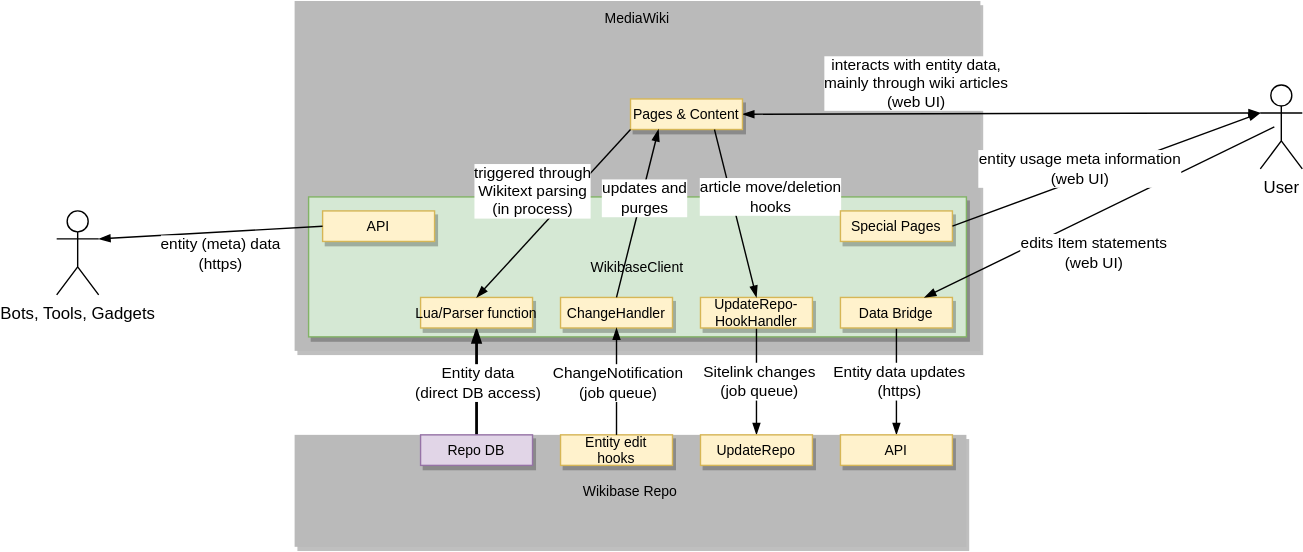
Before: systems/WikibaseRepo/diagrams/03-technical-context.drawio.svg, a diagram exported from draw.io (wmde/wikidata-wikibase-architecture). Source tidied: cells renumbered, new cells last; positions are measured from the earlier drawing's top-left corner, leaving out a move shared by most shapes.
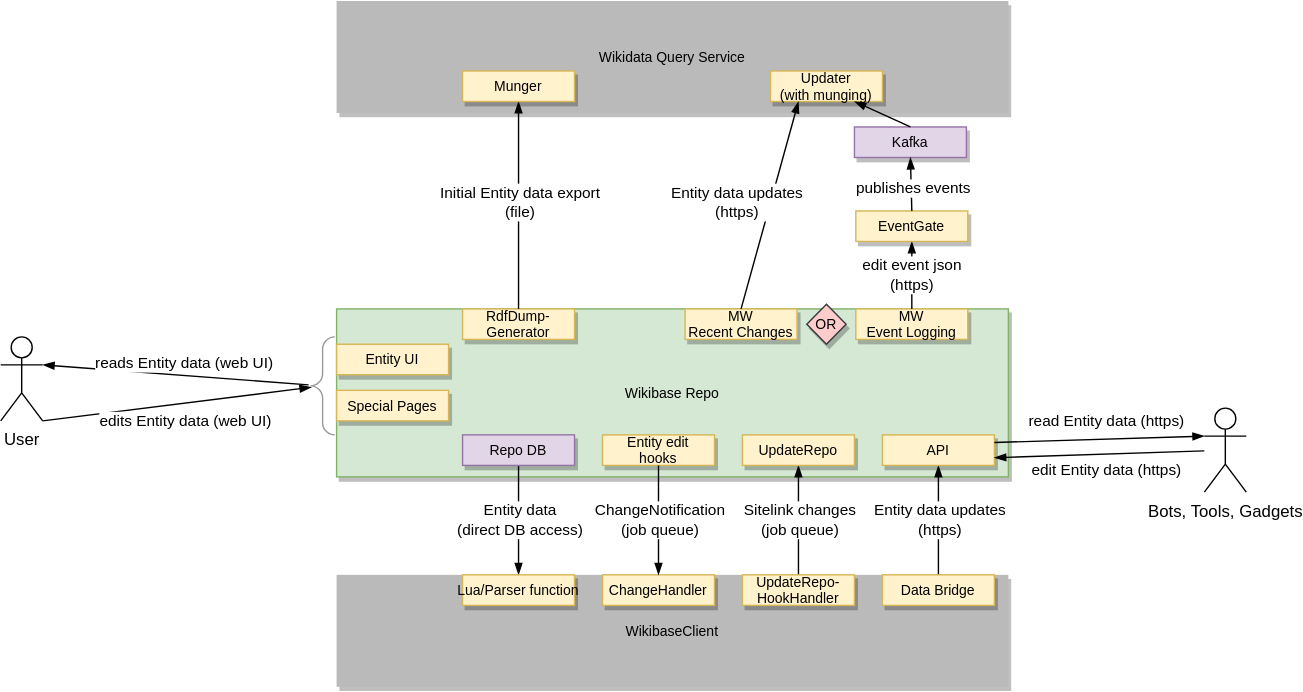
After the commit.

Commit message:
Add Wikibase repo technical context diagram

Change to the diagram source:
```diff
@@ -2,143 +2,169 @@
   <root>
     <mxCell id="0" />
     <mxCell id="1" parent="0" />
-    <mxCell id="2" value="MediaWiki" style="rounded=0;shadow=1;fontSize=10;fontColor=#000000;strokeColor=none;direction=west;fillColor=#BABABA;verticalAlign=top;" parent="1" vertex="1">
-      <mxGeometry x="170" width="490" height="250" as="geometry" />
-    </mxCell>
-    <mxCell id="3" value="Wikibase Repo" style="rounded=0;shadow=1;fontSize=10;fontColor=#000000;strokeColor=none;direction=west;fillColor=#BABABA;" parent="1" vertex="1">
-      <mxGeometry x="170" y="310" width="480" height="80" as="geometry" />
+    <mxCell id="3" value="Wikibase Repo" style="rounded=0;shadow=1;fontSize=10;strokeColor=#82b366;direction=west;fillColor=#d5e8d4;" parent="1" vertex="1">
+      <mxGeometry x="170" y="270" width="480" height="120" as="geometry" />
     </mxCell>
-    <mxCell id="4" style="endArrow=blockThin;strokeColor=#000000;fontSize=10;fontColor=#000000;strokeWidth=1;endFill=1;entryX=0;entryY=0.5;entryDx=0;entryDy=0;exitX=0;exitY=0.3333333333333333;exitDx=0;exitDy=0;exitPerimeter=0;startArrow=blockThin;startFill=1;" parent="1" edge="1" source="30" target="23">
-      <mxGeometry relative="1" as="geometry" />
-    </mxCell>
-    <mxCell id="5" value="interacts with&amp;nbsp;entity data,&lt;br&gt;mainly through wiki articles&lt;br&gt;(web UI)" style="edgeLabel;html=1;align=center;verticalAlign=middle;" parent="4" vertex="1">
-      <mxGeometry x="0.24" y="-1" relative="1" as="geometry">
-        <mxPoint x="-17.5" y="-21" as="offset" />
-      </mxGeometry>
-    </mxCell>
-    <mxCell id="6" value="WikibaseClient" style="rounded=0;shadow=1;fontSize=10;strokeColor=#82b366;direction=west;fillColor=#d5e8d4;" parent="1" vertex="1">
-      <mxGeometry x="180" y="140" width="470" height="100" as="geometry" />
+    <mxCell id="6" value="WikibaseClient" style="rounded=0;shadow=1;fontSize=10;strokeColor=none;direction=west;fillColor=#BABABA;" parent="1" vertex="1">
+      <mxGeometry x="170" y="460" width="480" height="80" as="geometry" />
     </mxCell>
     <mxCell id="7" style="rounded=0;jettySize=auto;html=1;endArrow=blockThin;endFill=1;exitX=0.5;exitY=0;exitDx=0;exitDy=0;" parent="1" edge="1" source="17" target="18">
       <mxGeometry relative="1" as="geometry" />
     </mxCell>
     <mxCell id="8" value="Sitelink changes&lt;br&gt;(job queue)" style="edgeLabel;html=1;align=center;verticalAlign=middle;" parent="7" vertex="1">
       <mxGeometry x="0.2" relative="1" as="geometry">
-        <mxPoint x="1.2" y="-8" as="offset" />
+        <mxPoint y="-1.8" as="offset" />
       </mxGeometry>
     </mxCell>
-    <mxCell id="9" style="rounded=0;jettySize=auto;html=1;entryX=0.5;entryY=0.542;entryDx=0;entryDy=0;endArrow=none;endFill=0;startArrow=blockThin;startFill=1;strokeWidth=2;entryPerimeter=0;exitX=0.5;exitY=0;exitDx=0;exitDy=0;" parent="1" edge="1" source="15" target="16">
+    <mxCell id="9" style="rounded=0;jettySize=auto;html=1;entryX=0.5;entryY=0.542;entryDx=0;entryDy=0;endArrow=none;endFill=0;startArrow=blockThin;startFill=1;strokeWidth=1;entryPerimeter=0;exitX=0.5;exitY=1;exitDx=0;exitDy=0;" parent="1" edge="1" source="15" target="16">
       <mxGeometry relative="1" as="geometry" />
     </mxCell>
     <mxCell id="10" value="Entity data&lt;br&gt;(direct DB access)" style="edgeLabel;html=1;align=center;verticalAlign=middle;" parent="9" vertex="1">
       <mxGeometry x="0.14" y="-1" relative="1" as="geometry">
-        <mxPoint x="1" y="-9.8" as="offset" />
+        <mxPoint x="-1" y="11.7" as="offset" />
       </mxGeometry>
     </mxCell>
-    <mxCell id="11" style="rounded=0;jettySize=auto;html=1;endArrow=blockThin;endFill=1;entryX=0.5;entryY=1;entryDx=0;entryDy=0;exitX=0.5;exitY=0;exitDx=0;exitDy=0;" parent="1" edge="1" source="13" target="14">
+    <mxCell id="11" style="rounded=0;jettySize=auto;html=1;endArrow=blockThin;endFill=1;entryX=0.5;entryY=0;entryDx=0;entryDy=0;exitX=0.5;exitY=0;exitDx=0;exitDy=0;" parent="1" edge="1" source="13" target="14">
       <mxGeometry relative="1" as="geometry" />
     </mxCell>
     <mxCell id="12" value="Entity data updates&lt;br&gt;(https)" style="edgeLabel;html=1;align=center;verticalAlign=middle;" parent="11" vertex="1">
       <mxGeometry x="0.2" relative="1" as="geometry">
-        <mxPoint x="1.2" y="-8" as="offset" />
+        <mxPoint y="-1.8" as="offset" />
       </mxGeometry>
     </mxCell>
     <mxCell id="13" value="Data Bridge" style="rounded=0;shadow=1;fontSize=10;strokeColor=#d6b656;direction=west;fillColor=#fff2cc;" parent="1" vertex="1">
-      <mxGeometry x="560" y="211.8" width="80" height="21.8" as="geometry" />
+      <mxGeometry x="560" y="460" width="80" height="21.8" as="geometry" />
     </mxCell>
     <mxCell id="14" value="API" style="rounded=0;shadow=1;fontSize=10;strokeColor=#d6b656;direction=west;fillColor=#fff2cc;" parent="1" vertex="1">
-      <mxGeometry x="560" y="310" width="80" height="21.8" as="geometry" />
+      <mxGeometry x="560" y="360" width="80" height="21.8" as="geometry" />
     </mxCell>
     <mxCell id="15" value="Lua/Parser function" style="rounded=0;shadow=1;fontSize=10;strokeColor=#d6b656;direction=west;fillColor=#fff2cc;" parent="1" vertex="1">
-      <mxGeometry x="260" y="211.8" width="80" height="21.8" as="geometry" />
+      <mxGeometry x="260" y="460" width="80" height="21.8" as="geometry" />
     </mxCell>
     <mxCell id="16" value="Repo DB" style="rounded=0;shadow=1;fontSize=10;strokeColor=#9673a6;direction=west;fillColor=#e1d5e7;" parent="1" vertex="1">
-      <mxGeometry x="260" y="310" width="80" height="21.8" as="geometry" />
+      <mxGeometry x="260" y="360" width="80" height="21.8" as="geometry" />
     </mxCell>
     <mxCell id="17" value="UpdateRepo-&#10;HookHandler" style="rounded=0;shadow=1;fontSize=10;strokeColor=#d6b656;direction=west;fillColor=#fff2cc;" parent="1" vertex="1">
-      <mxGeometry x="460" y="211.8" width="80" height="21.8" as="geometry" />
+      <mxGeometry x="460" y="460" width="80" height="21.8" as="geometry" />
     </mxCell>
     <mxCell id="18" value="UpdateRepo" style="rounded=0;shadow=1;fontSize=10;strokeColor=#d6b656;direction=west;fillColor=#fff2cc;" parent="1" vertex="1">
-      <mxGeometry x="460" y="310" width="80" height="21.8" as="geometry" />
+      <mxGeometry x="460" y="360" width="80" height="21.8" as="geometry" />
     </mxCell>
     <mxCell id="19" value="ChangeHandler" style="rounded=0;shadow=1;fontSize=10;strokeColor=#d6b656;direction=west;fillColor=#fff2cc;" parent="1" vertex="1">
-      <mxGeometry x="360" y="211.8" width="80" height="21.8" as="geometry" />
+      <mxGeometry x="360" y="460" width="80" height="21.8" as="geometry" />
     </mxCell>
     <mxCell id="20" value="Entity edit&#10;hooks" style="rounded=0;shadow=1;fontSize=10;strokeColor=#d6b656;direction=west;fillColor=#fff2cc;" parent="1" vertex="1">
-      <mxGeometry x="360" y="310" width="80" height="21.8" as="geometry" />
+      <mxGeometry x="360" y="360" width="80" height="21.8" as="geometry" />
     </mxCell>
-    <mxCell id="21" style="rounded=0;jettySize=auto;html=1;endArrow=blockThin;endFill=1;entryX=0.5;entryY=0;entryDx=0;entryDy=0;exitX=0.5;exitY=1;exitDx=0;exitDy=0;" parent="1" edge="1" source="20" target="19">
+    <mxCell id="21" style="rounded=0;jettySize=auto;html=1;endArrow=blockThin;endFill=1;exitX=0.5;exitY=0;exitDx=0;exitDy=0;entryX=0.5;entryY=1;entryDx=0;entryDy=0;" parent="1" edge="1" source="20" target="19">
       <mxGeometry relative="1" as="geometry" />
     </mxCell>
     <mxCell id="22" value="ChangeNotification&lt;br&gt;(job queue)" style="edgeLabel;html=1;align=center;verticalAlign=middle;" parent="21" vertex="1">
       <mxGeometry x="0.2" relative="1" as="geometry">
-        <mxPoint x="0.1" y="8" as="offset" />
+        <mxPoint y="-8.7" as="offset" />
       </mxGeometry>
     </mxCell>
-    <mxCell id="23" value="Pages &amp; Content" style="rounded=0;shadow=1;fontSize=10;strokeColor=#d6b656;direction=west;fillColor=#fff2cc;" parent="1" vertex="1">
-      <mxGeometry x="410" y="70" width="80" height="21.8" as="geometry" />
-    </mxCell>
-    <mxCell id="24" style="rounded=0;jettySize=auto;html=1;endArrow=blockThin;endFill=1;exitX=1;exitY=0;exitDx=0;exitDy=0;entryX=0.5;entryY=1;entryDx=0;entryDy=0;" parent="1" edge="1" source="23" target="15">
-      <mxGeometry relative="1" as="geometry" />
-    </mxCell>
-    <mxCell id="25" value="triggered through&lt;br&gt;Wikitext parsing&lt;br&gt;(in process)" style="edgeLabel;html=1;align=center;verticalAlign=middle;" parent="24" vertex="1">
-      <mxGeometry x="0.2" relative="1" as="geometry">
-        <mxPoint x="-3.8" y="-29" as="offset" />
-      </mxGeometry>
-    </mxCell>
-    <mxCell id="26" style="rounded=0;jettySize=auto;html=1;endArrow=blockThin;endFill=1;entryX=0.75;entryY=0;entryDx=0;entryDy=0;exitX=0.5;exitY=1;exitDx=0;exitDy=0;" parent="1" edge="1" source="19" target="23">
-      <mxGeometry relative="1" as="geometry" />
-    </mxCell>
-    <mxCell id="27" value="updates and&lt;br&gt;purges" style="edgeLabel;html=1;align=center;verticalAlign=middle;" parent="26" vertex="1">
-      <mxGeometry x="0.2" relative="1" as="geometry">
-        <mxPoint x="1.9" y="0.4" as="offset" />
-      </mxGeometry>
-    </mxCell>
-    <mxCell id="28" style="rounded=0;jettySize=auto;html=1;endArrow=blockThin;endFill=1;exitX=0.25;exitY=0;exitDx=0;exitDy=0;entryX=0.5;entryY=1;entryDx=0;entryDy=0;" parent="1" edge="1" source="23" target="17">
-      <mxGeometry relative="1" as="geometry" />
-    </mxCell>
-    <mxCell id="29" value="article move/deletion&lt;br&gt;hooks" style="edgeLabel;html=1;align=center;verticalAlign=middle;" parent="28" vertex="1">
-      <mxGeometry x="0.2" relative="1" as="geometry">
-        <mxPoint x="21.9" y="-24.1" as="offset" />
-      </mxGeometry>
-    </mxCell>
+    <mxCell id="37" value="Bots, Tools, Gadgets" style="shape=umlActor;verticalLabelPosition=bottom;verticalAlign=top;html=1;outlineConnect=0;" parent="1" vertex="1">
+      <mxGeometry x="790" y="340.9" width="30" height="60" as="geometry" />
+    </mxCell>
+    <mxCell id="40" style="rounded=0;jettySize=auto;html=1;endArrow=blockThin;endFill=1;entryX=0;entryY=0.3333333333333333;entryDx=0;entryDy=0;exitX=0;exitY=0.75;exitDx=0;exitDy=0;entryPerimeter=0;" parent="1" edge="1" source="14" target="37">
+      <mxGeometry relative="1" as="geometry" />
+    </mxCell>
+    <mxCell id="41" value="read Entity data (https)" style="edgeLabel;html=1;align=center;verticalAlign=middle;" parent="40" vertex="1">
+      <mxGeometry x="0.2" relative="1" as="geometry">
+        <mxPoint x="-10" y="-12.7" as="offset" />
+      </mxGeometry>
+    </mxCell>
+    <mxCell id="42" style="rounded=0;jettySize=auto;html=1;endArrow=blockThin;endFill=1;entryX=0;entryY=0.25;entryDx=0;entryDy=0;" parent="1" edge="1" source="37" target="14">
+      <mxGeometry relative="1" as="geometry" />
+    </mxCell>
+    <mxCell id="43" value="edit Entity data (https)" style="edgeLabel;html=1;align=center;verticalAlign=middle;" parent="42" vertex="1">
+      <mxGeometry x="0.2" relative="1" as="geometry">
+        <mxPoint x="19.9" y="10.4" as="offset" />
+      </mxGeometry>
+    </mxCell>
+    <mxCell id="44" value="Entity UI" style="rounded=0;shadow=1;fontSize=10;strokeColor=#d6b656;direction=west;fillColor=#fff2cc;" parent="1" vertex="1">
+      <mxGeometry x="170" y="295.2" width="80" height="21.8" as="geometry" />
+    </mxCell>
     <mxCell id="30" value="User" style="shape=umlActor;verticalLabelPosition=bottom;verticalAlign=top;html=1;outlineConnect=0;" parent="1" vertex="1">
-      <mxGeometry x="860" y="60" width="30" height="60" as="geometry" />
+      <mxGeometry x="-70" y="290" width="30" height="60" as="geometry" />
     </mxCell>
-    <mxCell id="31" style="endArrow=blockThin;strokeColor=#000000;fontSize=10;fontColor=#000000;strokeWidth=1;endFill=1;entryX=0.25;entryY=1;entryDx=0;entryDy=0;exitX=0;exitY=0.3333333333333333;exitDx=0;exitDy=0;exitPerimeter=0;" parent="1" edge="1" target="13">
-      <mxGeometry relative="1" as="geometry">
-        <mxPoint x="870" y="90" as="sourcePoint" />
-      </mxGeometry>
-    </mxCell>
-    <mxCell id="32" value="edits Item statements&lt;br&gt;(web UI)" style="edgeLabel;html=1;align=center;verticalAlign=middle;" parent="31" vertex="1">
-      <mxGeometry x="0.24" y="-1" relative="1" as="geometry">
-        <mxPoint x="25.4" y="15.4" as="offset" />
-      </mxGeometry>
-    </mxCell>
+    <mxCell id="45" style="endArrow=none;strokeColor=#000000;fontSize=10;fontColor=#000000;strokeWidth=1;endFill=0;exitX=1;exitY=0.3333333333333333;exitDx=0;exitDy=0;exitPerimeter=0;startArrow=blockThin;startFill=1;" parent="1" edge="1" source="30" target="66">
+      <mxGeometry relative="1" as="geometry" />
+    </mxCell>
+    <mxCell id="46" value="reads Entity data (web UI)" style="edgeLabel;html=1;align=center;verticalAlign=middle;" parent="45" vertex="1">
+      <mxGeometry x="0.24" y="-1" relative="1" as="geometry">
+        <mxPoint x="-17.5" y="-11" as="offset" />
+      </mxGeometry>
+    </mxCell>
+    <mxCell id="47" style="endArrow=blockThin;strokeColor=#000000;fontSize=10;fontColor=#000000;strokeWidth=1;endFill=1;entryX=0.486;entryY=0.1;entryDx=0;entryDy=0;exitX=1;exitY=1;exitDx=0;exitDy=0;exitPerimeter=0;startArrow=none;startFill=0;entryPerimeter=0;" parent="1" edge="1" source="30" target="66">
+      <mxGeometry relative="1" as="geometry" />
+    </mxCell>
+    <mxCell id="48" value="edits Entity data (web UI)" style="edgeLabel;html=1;align=center;verticalAlign=middle;" parent="47" vertex="1">
+      <mxGeometry x="0.24" y="-1" relative="1" as="geometry">
+        <mxPoint x="-17.5" y="13.9" as="offset" />
+      </mxGeometry>
+    </mxCell>
+    <mxCell id="49" value="Wikidata Query Service" style="rounded=0;shadow=1;fontSize=10;fontColor=#000000;strokeColor=none;direction=west;fillColor=#BABABA;" parent="1" vertex="1">
+      <mxGeometry x="170" y="50" width="480" height="80" as="geometry" />
+    </mxCell>
+    <mxCell id="50" value="RdfDump-&#10;Generator" style="rounded=0;shadow=1;fontSize=10;strokeColor=#d6b656;direction=west;fillColor=#fff2cc;" parent="1" vertex="1">
+      <mxGeometry x="260" y="270" width="80" height="21.8" as="geometry" />
+    </mxCell>
+    <mxCell id="51" style="rounded=0;jettySize=auto;html=1;endArrow=blockThin;endFill=1;entryX=0.5;entryY=0;entryDx=0;entryDy=0;exitX=0.5;exitY=1;exitDx=0;exitDy=0;" parent="1" edge="1" source="50" target="53">
+      <mxGeometry relative="1" as="geometry" />
+    </mxCell>
+    <mxCell id="52" value="Initial Entity data export&lt;br&gt;(file)" style="edgeLabel;html=1;align=center;verticalAlign=middle;" parent="51" vertex="1">
+      <mxGeometry x="0.2" relative="1" as="geometry">
+        <mxPoint x="0.2" y="12.5" as="offset" />
+      </mxGeometry>
+    </mxCell>
+    <mxCell id="53" value="Munger" style="rounded=0;shadow=1;fontSize=10;strokeColor=#d6b656;direction=west;fillColor=#fff2cc;" parent="1" vertex="1">
+      <mxGeometry x="260" y="100" width="80" height="21.8" as="geometry" />
+    </mxCell>
+    <mxCell id="54" value="Updater&#10;(with munging)" style="rounded=0;shadow=1;fontSize=10;strokeColor=#d6b656;direction=west;fillColor=#fff2cc;" parent="1" vertex="1">
+      <mxGeometry x="480" y="100" width="80" height="21.8" as="geometry" />
+    </mxCell>
+    <mxCell id="55" value="MW&#10;Recent Changes" style="rounded=0;shadow=1;fontSize=10;strokeColor=#d6b656;direction=west;fillColor=#fff2cc;" parent="1" vertex="1">
+      <mxGeometry x="419" y="270" width="80" height="21.8" as="geometry" />
+    </mxCell>
+    <mxCell id="56" style="rounded=0;jettySize=auto;html=1;endArrow=blockThin;endFill=1;entryX=0.75;entryY=0;entryDx=0;entryDy=0;exitX=0.5;exitY=1;exitDx=0;exitDy=0;" parent="1" edge="1" source="55" target="54">
+      <mxGeometry relative="1" as="geometry" />
+    </mxCell>
+    <mxCell id="57" value="Entity data updates&lt;br&gt;(https)" style="edgeLabel;html=1;align=center;verticalAlign=middle;" parent="56" vertex="1">
+      <mxGeometry x="0.2" relative="1" as="geometry">
+        <mxPoint x="-28" y="12.5" as="offset" />
+      </mxGeometry>
+    </mxCell>
+    <mxCell id="58" value="MW&#10;Event Logging" style="rounded=0;shadow=1;fontSize=10;strokeColor=#d6b656;direction=west;fillColor=#fff2cc;" parent="1" vertex="1">
+      <mxGeometry x="541" y="270" width="80" height="21.8" as="geometry" />
+    </mxCell>
+    <mxCell id="59" value="edit event json&lt;br&gt;(https)" style="rounded=0;jettySize=auto;html=1;endArrow=blockThin;endFill=1;entryX=0.5;entryY=0;entryDx=0;entryDy=0;exitX=0.5;exitY=1;exitDx=0;exitDy=0;" parent="1" edge="1" source="58" target="62">
+      <mxGeometry relative="1" as="geometry" />
+    </mxCell>
+    <mxCell id="60" value="OR" style="rhombus;whiteSpace=wrap;html=1;fillColor=#ffcccc;rounded=0;shadow=1;fontSize=10;strokeColor=#36393d;" parent="1" vertex="1">
+      <mxGeometry x="506" y="266.6" width="28.1" height="28.6" as="geometry" />
+    </mxCell>
+    <mxCell id="61" value="Kafka" style="rounded=0;shadow=1;fontSize=10;strokeColor=#9673a6;direction=west;fillColor=#e1d5e7;" parent="1" vertex="1">
+      <mxGeometry x="540" y="140" width="80" height="21.8" as="geometry" />
+    </mxCell>
+    <mxCell id="62" value="EventGate" style="rounded=0;shadow=1;fontSize=10;strokeColor=#d6b656;direction=west;fillColor=#fff2cc;" parent="1" vertex="1">
+      <mxGeometry x="541" y="200" width="80" height="21.8" as="geometry" />
+    </mxCell>
+    <mxCell id="63" style="rounded=0;jettySize=auto;html=1;endArrow=blockThin;endFill=1;entryX=0.5;entryY=0;entryDx=0;entryDy=0;exitX=0.5;exitY=1;exitDx=0;exitDy=0;" parent="1" edge="1" source="62" target="61">
+      <mxGeometry relative="1" as="geometry" />
+    </mxCell>
+    <mxCell id="64" value="publishes events" style="edgeLabel;html=1;align=center;verticalAlign=middle;" parent="63" vertex="1">
+      <mxGeometry x="-0.16" y="-1" relative="1" as="geometry" />
+    </mxCell>
+    <mxCell id="65" style="rounded=0;jettySize=auto;html=1;endArrow=blockThin;endFill=1;entryX=0.25;entryY=0;entryDx=0;entryDy=0;exitX=0.5;exitY=1;exitDx=0;exitDy=0;" parent="1" edge="1" source="61" target="54">
+      <mxGeometry relative="1" as="geometry" />
+    </mxCell>
     <mxCell id="33" value="Special Pages" style="rounded=0;shadow=1;fontSize=10;strokeColor=#d6b656;direction=west;fillColor=#fff2cc;" parent="1" vertex="1">
-      <mxGeometry x="560" y="150" width="80" height="21.8" as="geometry" />
+      <mxGeometry x="170" y="328.2" width="80" height="21.8" as="geometry" />
     </mxCell>
-    <mxCell id="34" style="endArrow=blockThin;strokeColor=#000000;fontSize=10;fontColor=#000000;strokeWidth=1;endFill=1;entryX=0;entryY=0.3333333333333333;entryDx=0;entryDy=0;exitX=0;exitY=0.5;exitDx=0;exitDy=0;entryPerimeter=0;" parent="1" edge="1" source="33" target="30">
-      <mxGeometry relative="1" as="geometry" />
-    </mxCell>
-    <mxCell id="35" value="entity usage meta information&lt;br&gt;(web UI)" style="edgeLabel;html=1;align=center;verticalAlign=middle;" parent="34" vertex="1">
-      <mxGeometry x="0.24" y="-1" relative="1" as="geometry">
-        <mxPoint x="-46.3" y="8.1" as="offset" />
-      </mxGeometry>
-    </mxCell>
-    <mxCell id="36" value="API" style="rounded=0;shadow=1;fontSize=10;strokeColor=#d6b656;direction=west;fillColor=#fff2cc;" parent="1" vertex="1">
-      <mxGeometry x="190" y="150" width="80" height="21.8" as="geometry" />
-    </mxCell>
-    <mxCell id="37" value="Bots, Tools, Gadgets" style="shape=umlActor;verticalLabelPosition=bottom;verticalAlign=top;html=1;outlineConnect=0;" parent="1" vertex="1">
-      <mxGeometry y="150" width="30" height="60" as="geometry" />
-    </mxCell>
-    <mxCell id="38" style="endArrow=blockThin;strokeColor=#000000;fontSize=10;fontColor=#000000;strokeWidth=1;endFill=1;entryX=1;entryY=0.3333333333333333;entryDx=0;entryDy=0;exitX=1;exitY=0.5;exitDx=0;exitDy=0;entryPerimeter=0;" parent="1" edge="1" source="36" target="37">
-      <mxGeometry relative="1" as="geometry" />
-    </mxCell>
-    <mxCell id="39" value="entity (meta) data&lt;br&gt;(https)" style="edgeLabel;html=1;align=center;verticalAlign=middle;" parent="38" vertex="1">
-      <mxGeometry x="0.24" y="-1" relative="1" as="geometry">
-        <mxPoint x="25.4" y="15.4" as="offset" />
-      </mxGeometry>
-    </mxCell>
+    <mxCell id="66" style="labelPosition=right;align=left;strokeWidth=1;shape=mxgraph.mockup.markup.curlyBrace;html=1;shadow=0;dashed=0;strokeColor=#999999;direction=north;" parent="1" vertex="1">
+      <mxGeometry x="150" y="290" width="20" height="70" as="geometry" />
+    </mxCell>
   </root>
 </mxGraphModel>
```
